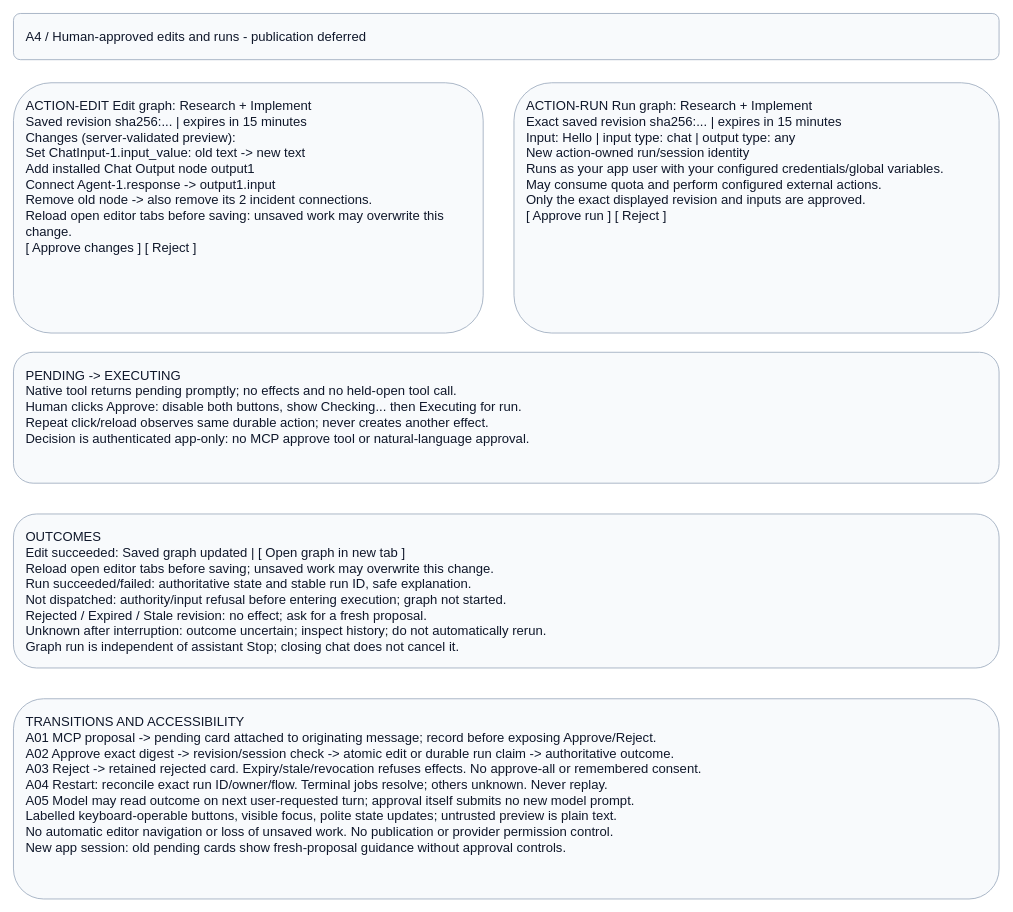
amadou-6e/specs keeps this draw.io diagram as page "A4 - Human-approved graph actions" (4 of 4) of projects/laomedo/subsystems/agent-execution/design/application-assistant.drawio. Above is the earlier version. Source tidied: cells renumbered, new cells numbered last; positions are measured from the earlier drawing's top-left corner, leaving out a move shared by most shapes. Both pictures are drawn from the tidied source at 77%, with x=0, y=0 at pixel (13, 13).
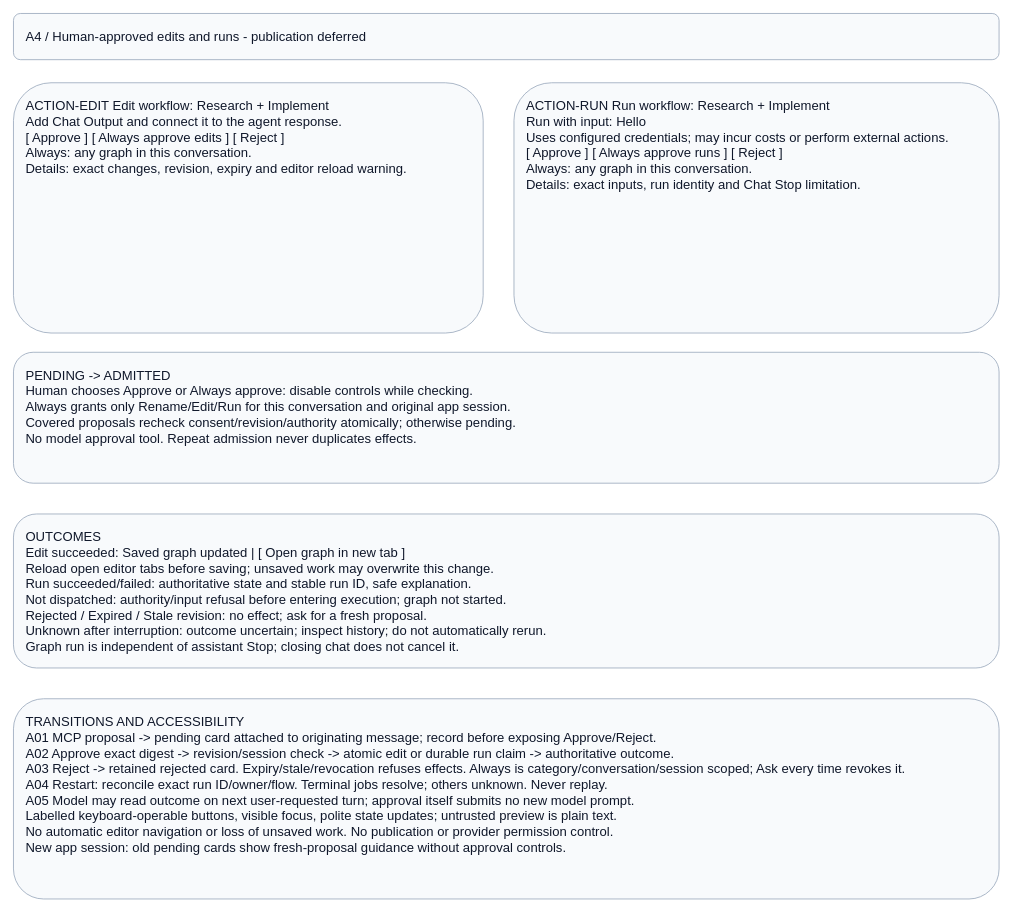
The same diagram, later.

Commit message (it also covers changes not shown here):
docs: define compact category approvals and conversation consent

The edit, as a diff of the source:
```diff
@@
 <mxGraphModel>
   <root>
     <mxCell id="0" />
     <mxCell id="1" parent="0" />
     <mxCell id="2" value="A4 / Human-approved edits and runs - publication deferred" style="rounded=1;whiteSpace=wrap;html=0;fillColor=#f8fafc;strokeColor=#94a3b8;fontColor=#0f172a;fontFamily=Arial;fontSize=17;align=left;verticalAlign=top;spacing=16;" parent="1" vertex="1">
       <mxGeometry width="1280" height="60" as="geometry" />
     </mxCell>
-    <mxCell id="3" value="ACTION-EDIT  Edit graph: Research + Implement&#10;Saved revision sha256:... | expires in 15 minutes&#10;Changes (server-validated preview):&#10;Set ChatInput-1.input_value: old text -&gt; new text&#10;Add installed Chat Output node output1&#10;Connect Agent-1.response -&gt; output1.input&#10;Remove old node -&gt; also remove its 2 incident connections.&#10;Reload open editor tabs before saving: unsaved work may overwrite this change.&#10;[ Approve changes ] [ Reject ]" style="rounded=1;whiteSpace=wrap;html=0;fillColor=#f8fafc;strokeColor=#94a3b8;fontColor=#0f172a;fontFamily=Arial;fontSize=17;align=left;verticalAlign=top;spacing=16;" parent="1" vertex="1">
+    <mxCell id="3" value="ACTION-EDIT  Edit workflow: Research + Implement&#10;Add Chat Output and connect it to the agent response.&#10;[ Approve ] [ Always approve edits ] [ Reject ]&#10;Always: any graph in this conversation.&#10;Details: exact changes, revision, expiry and editor reload warning." style="rounded=1;whiteSpace=wrap;html=0;fillColor=#f8fafc;strokeColor=#94a3b8;fontColor=#0f172a;fontFamily=Arial;fontSize=17;align=left;verticalAlign=top;spacing=16;" parent="1" vertex="1">
       <mxGeometry y="90" width="610" height="325" as="geometry" />
     </mxCell>
-    <mxCell id="4" value="ACTION-RUN  Run graph: Research + Implement&#10;Exact saved revision sha256:... | expires in 15 minutes&#10;Input: Hello | input type: chat | output type: any&#10;New action-owned run/session identity&#10;Runs as your app user with your configured credentials/global variables.&#10;May consume quota and perform configured external actions.&#10;Only the exact displayed revision and inputs are approved.&#10;[ Approve run ] [ Reject ]" style="rounded=1;whiteSpace=wrap;html=0;fillColor=#f8fafc;strokeColor=#94a3b8;fontColor=#0f172a;fontFamily=Arial;fontSize=17;align=left;verticalAlign=top;spacing=16;" parent="1" vertex="1">
+    <mxCell id="4" value="ACTION-RUN  Run workflow: Research + Implement&#10;Run with input: Hello&#10;Uses configured credentials; may incur costs or perform external actions.&#10;[ Approve ] [ Always approve runs ] [ Reject ]&#10;Always: any graph in this conversation.&#10;Details: exact inputs, run identity and Chat Stop limitation." style="rounded=1;whiteSpace=wrap;html=0;fillColor=#f8fafc;strokeColor=#94a3b8;fontColor=#0f172a;fontFamily=Arial;fontSize=17;align=left;verticalAlign=top;spacing=16;" parent="1" vertex="1">
       <mxGeometry x="650" y="90" width="630" height="325" as="geometry" />
     </mxCell>
-    <mxCell id="5" value="PENDING -&gt; EXECUTING&#10;Native tool returns pending promptly; no effects and no held-open tool call.&#10;Human clicks Approve: disable both buttons, show Checking... then Executing for run.&#10;Repeat click/reload observes same durable action; never creates another effect.&#10;Decision is authenticated app-only: no MCP approve tool or natural-language approval." style="rounded=1;whiteSpace=wrap;html=0;fillColor=#f8fafc;strokeColor=#94a3b8;fontColor=#0f172a;fontFamily=Arial;fontSize=17;align=left;verticalAlign=top;spacing=16;" parent="1" vertex="1">
+    <mxCell id="5" value="PENDING -&gt; ADMITTED&#10;Human chooses Approve or Always approve: disable controls while checking.&#10;Always grants only Rename/Edit/Run for this conversation and original app session.&#10;Covered proposals recheck consent/revision/authority atomically; otherwise pending.&#10;No model approval tool. Repeat admission never duplicates effects." style="rounded=1;whiteSpace=wrap;html=0;fillColor=#f8fafc;strokeColor=#94a3b8;fontColor=#0f172a;fontFamily=Arial;fontSize=17;align=left;verticalAlign=top;spacing=16;" parent="1" vertex="1">
       <mxGeometry y="440" width="1280" height="170" as="geometry" />
     </mxCell>
     <mxCell id="6" value="OUTCOMES&#10;Edit succeeded: Saved graph updated | [ Open graph in new tab ]&#10;Reload open editor tabs before saving; unsaved work may overwrite this change.&#10;Run succeeded/failed: authoritative state and stable run ID, safe explanation.&#10;Not dispatched: authority/input refusal before entering execution; graph not started.&#10;Rejected / Expired / Stale revision: no effect; ask for a fresh proposal.&#10;Unknown after interruption: outcome uncertain; inspect history; do not automatically rerun.&#10;Graph run is independent of assistant Stop; closing chat does not cancel it." style="rounded=1;whiteSpace=wrap;html=0;fillColor=#f8fafc;strokeColor=#94a3b8;fontColor=#0f172a;fontFamily=Arial;fontSize=17;align=left;verticalAlign=top;spacing=16;" parent="1" vertex="1">
       <mxGeometry y="650" width="1280" height="200" as="geometry" />
     </mxCell>
-    <mxCell id="7" value="TRANSITIONS AND ACCESSIBILITY&#10;A01 MCP proposal -&gt; pending card attached to originating message; record before exposing Approve/Reject.&#10;A02 Approve exact digest -&gt; revision/session check -&gt; atomic edit or durable run claim -&gt; authoritative outcome.&#10;A03 Reject -&gt; retained rejected card. Expiry/stale/revocation refuses effects. No approve-all or remembered consent.&#10;A04 Restart: reconcile exact run ID/owner/flow. Terminal jobs resolve; others unknown. Never replay.&#10;A05 Model may read outcome on next user-requested turn; approval itself submits no new model prompt.&#10;Labelled keyboard-operable buttons, visible focus, polite state updates; untrusted preview is plain text.&#10;No automatic editor navigation or loss of unsaved work. No publication or provider permission control.&#10;New app session: old pending cards show fresh-proposal guidance without approval controls." style="rounded=1;whiteSpace=wrap;html=0;fillColor=#f8fafc;strokeColor=#94a3b8;fontColor=#0f172a;fontFamily=Arial;fontSize=17;align=left;verticalAlign=top;spacing=16;" parent="1" vertex="1">
+    <mxCell id="7" value="TRANSITIONS AND ACCESSIBILITY&#10;A01 MCP proposal -&gt; pending card attached to originating message; record before exposing Approve/Reject.&#10;A02 Approve exact digest -&gt; revision/session check -&gt; atomic edit or durable run claim -&gt; authoritative outcome.&#10;A03 Reject -&gt; retained rejected card. Expiry/stale/revocation refuses effects. Always is category/conversation/session scoped; Ask every time revokes it.&#10;A04 Restart: reconcile exact run ID/owner/flow. Terminal jobs resolve; others unknown. Never replay.&#10;A05 Model may read outcome on next user-requested turn; approval itself submits no new model prompt.&#10;Labelled keyboard-operable buttons, visible focus, polite state updates; untrusted preview is plain text.&#10;No automatic editor navigation or loss of unsaved work. No publication or provider permission control.&#10;New app session: old pending cards show fresh-proposal guidance without approval controls." style="rounded=1;whiteSpace=wrap;html=0;fillColor=#f8fafc;strokeColor=#94a3b8;fontColor=#0f172a;fontFamily=Arial;fontSize=17;align=left;verticalAlign=top;spacing=16;" parent="1" vertex="1">
       <mxGeometry y="890" width="1280" height="260" as="geometry" />
     </mxCell>
   </root>
 </mxGraphModel>
```
